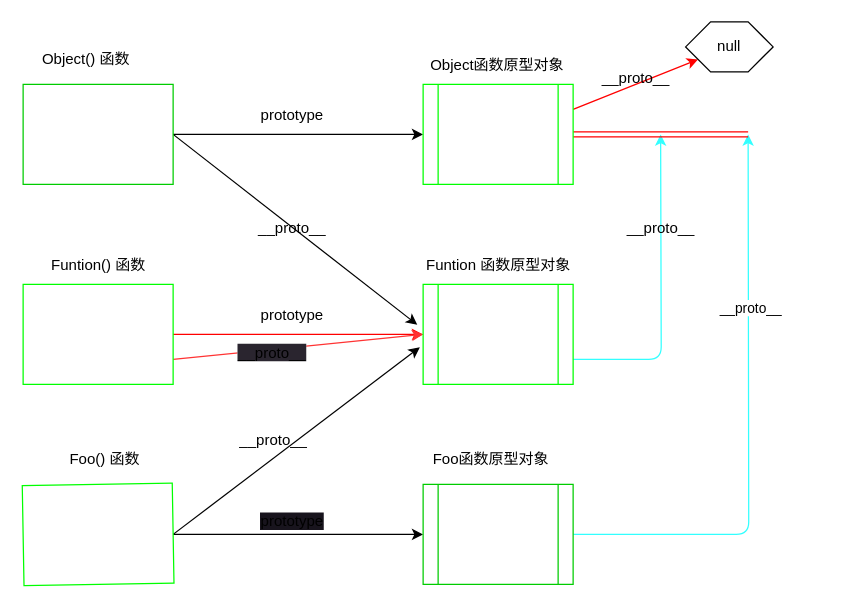
Above: js/16.原型链继承图/4.原型链关系图.drawio in winterWX/front-end-code (draw.io), before the change. Source tidied: cells renumbered, new cells numbered last; positions are measured from the earlier drawing's top-left corner, leaving out a move shared by most shapes. Both pictures are drawn from the tidied source at 125%, with x=0, y=0 at pixel (22, 21).
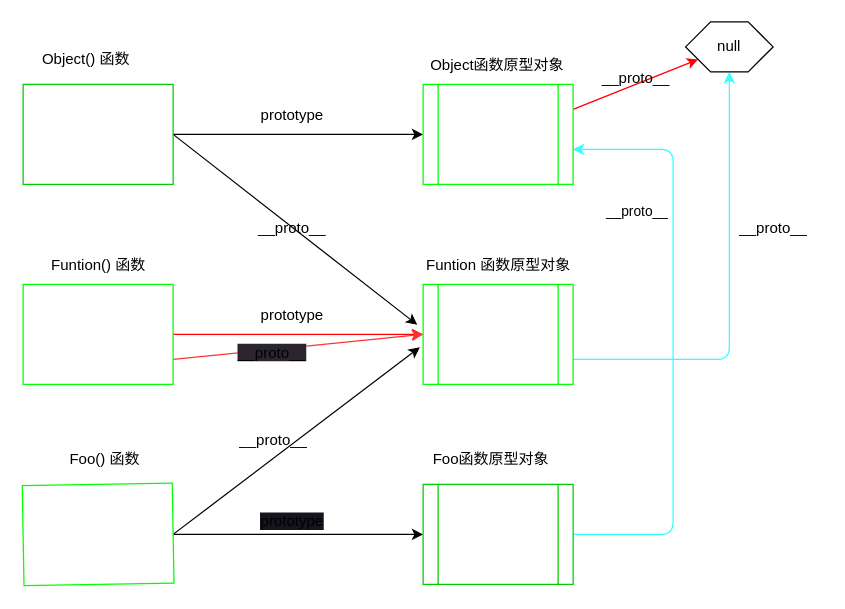
The same page after the edit.

Unchanged cells that the change refers to:
```xml
<mxCell id="10" style="shape=process;whiteSpace=wrap;html=1;backgroundOutline=1;strokeColor=#00FF00;" parent="1" vertex="1">
  <mxGeometry x="320" y="210" width="120" height="80" as="geometry" />
</mxCell>
<mxCell id="13" style="shape=process;whiteSpace=wrap;html=1;backgroundOutline=1;strokeColor=#00CC00;" parent="1" vertex="1">
  <mxGeometry x="320" y="370" width="120" height="80" as="geometry" />
</mxCell>
<mxCell id="26" style="shape=process;whiteSpace=wrap;html=1;backgroundOutline=1;strokeColor=#00FF00;" parent="1" vertex="1">
  <mxGeometry x="320" y="50" width="120" height="80" as="geometry" />
</mxCell>
<mxCell id="32" value="null" style="shape=hexagon;perimeter=hexagonPerimeter2;whiteSpace=wrap;html=1;fixedSize=1;" parent="1" vertex="1">
  <mxGeometry x="530" width="70" height="40" as="geometry" />
</mxCell>
```

Diff of the diagram source:
```diff
@@
-    <mxCell id="9" style="edgeStyle=orthogonalEdgeStyle;html=1;exitX=1;exitY=0.75;exitDx=0;exitDy=0;strokeColor=#33FFFF;" parent="1" edge="1" source="10">
-      <mxGeometry relative="1" as="geometry">
-        <mxPoint x="510" y="90" as="targetPoint" />
-      </mxGeometry>
+    <mxCell id="9" style="edgeStyle=orthogonalEdgeStyle;html=1;exitX=1;exitY=0.75;exitDx=0;exitDy=0;strokeColor=#33FFFF;" parent="1" edge="1" source="10" target="32">
+      <mxGeometry relative="1" as="geometry" />
     </mxCell>
@@
-    <mxCell id="11" style="edgeStyle=orthogonalEdgeStyle;html=1;exitX=1;exitY=0.5;exitDx=0;exitDy=0;strokeColor=#33FFFF;" parent="1" edge="1" source="13">
+    <mxCell id="11" style="edgeStyle=orthogonalEdgeStyle;html=1;exitX=1;exitY=0.5;exitDx=0;exitDy=0;strokeColor=#33FFFF;entryX=0.999;entryY=0.65;entryDx=0;entryDy=0;entryPerimeter=0;" parent="1" edge="1" source="13" target="26">
       <mxGeometry relative="1" as="geometry">
-        <mxPoint x="580" y="90" as="targetPoint" />
+        <Array as="points">
+          <mxPoint x="520" y="410" />
+          <mxPoint x="520" y="102" />
+        </Array>
       </mxGeometry>
     </mxCell>
     <mxCell id="12" value="__proto__" style="edgeLabel;html=1;align=center;verticalAlign=middle;" parent="11" vertex="1">
-      <mxGeometry x="0.4" y="-1" relative="1" as="geometry" />
+      <mxGeometry x="0.4" y="-1" relative="1" as="geometry">
+        <mxPoint x="-31" y="-11" as="offset" />
+      </mxGeometry>
     </mxCell>
@@
-    <mxCell id="25" style="edgeStyle=none;shape=link;html=1;exitX=1;exitY=0.5;exitDx=0;exitDy=0;strokeColor=#FF0000;" parent="1" edge="1" source="26">
-      <mxGeometry relative="1" as="geometry">
-        <mxPoint x="580" y="90" as="targetPoint" />
-      </mxGeometry>
-    </mxCell>
@@
     <mxCell id="31" value="__proto__" style="text;html=1;align=center;verticalAlign=middle;strokeColor=none;fillColor=none;" parent="1" vertex="1">
-      <mxGeometry x="470" y="150" width="80" height="30" as="geometry" />
+      <mxGeometry x="560" y="150" width="80" height="30" as="geometry" />
     </mxCell>
```
